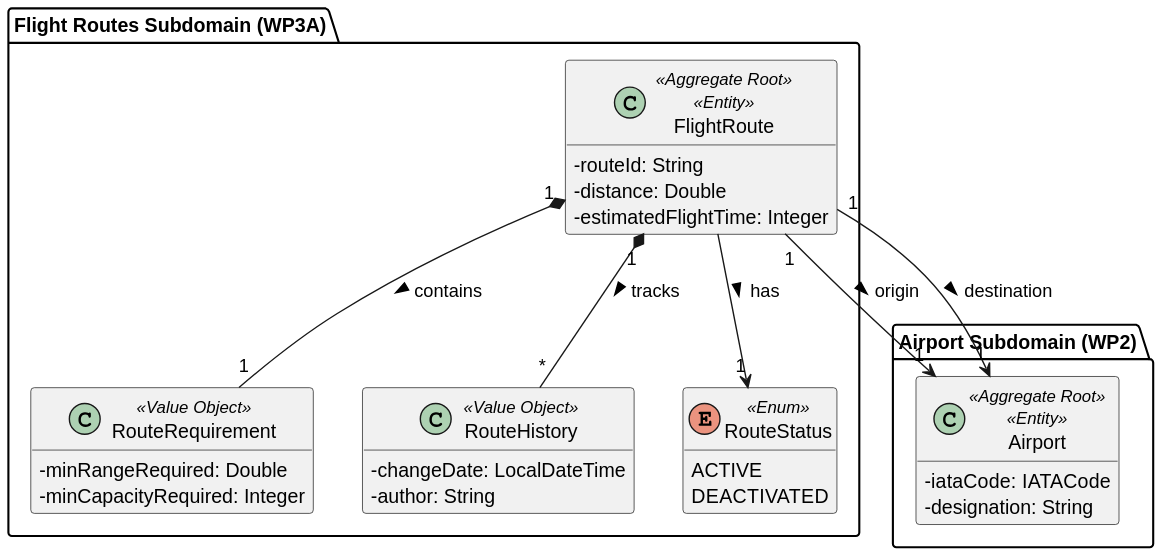
Before: docs/use-cases/WP#3A/svg/WP#3A-DM.svg, a diagram exported from PlantUML (Andre-1240567/psoft2026_2DB_1240567_1241013_1240624).
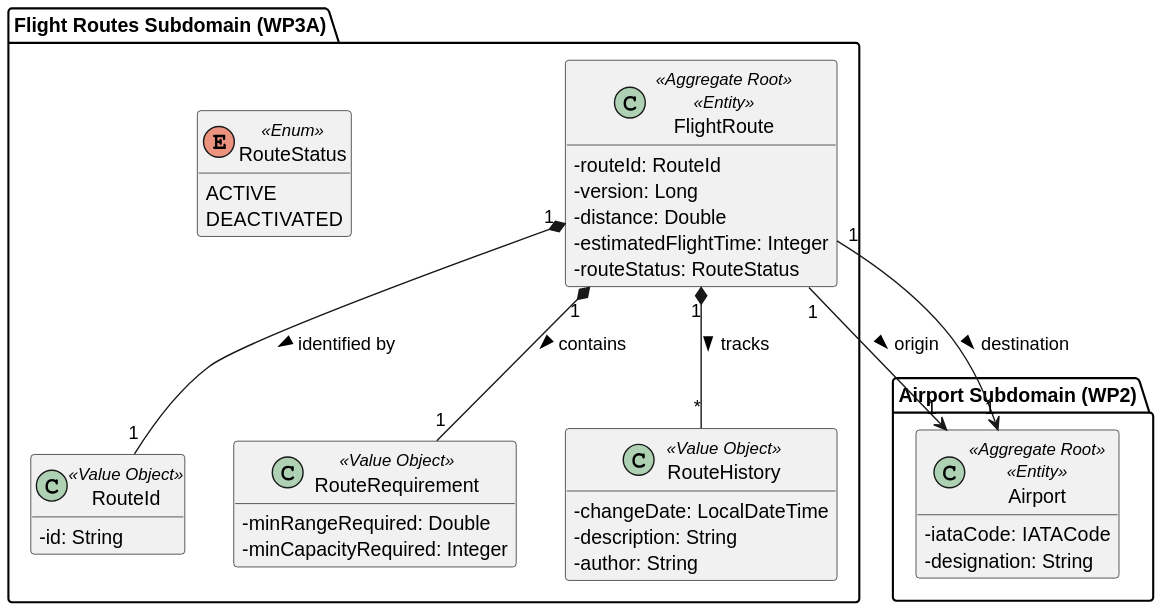
The same file after the commit.

Diff of the diagram source:
```diff
@@ -11,9 +11,15 @@
 
 package "Flight Routes Subdomain (WP3A)" {
     class FlightRoute <<Aggregate Root>> <<Entity>> {
-        - routeId: String
+        - routeId: RouteId
+        - version: Long
         - distance: Double
         - estimatedFlightTime: Integer
+        - routeStatus: RouteStatus
+    }
+
+    class RouteId <<Value Object>> {
+        - id: String
     }
 
     class RouteRequirement <<Value Object>> {
@@ -23,6 +29,7 @@
 
     class RouteHistory <<Value Object>> {
         - changeDate: LocalDateTime
+        - description: String
         - author: String
     }
 
@@ -34,7 +41,7 @@
 
 FlightRoute "1" --> "1" Airport : origin >
 FlightRoute "1" --> "1" Airport : destination >
+FlightRoute "1" *-- "1" RouteId : identified by >
 FlightRoute "1" *-- "1" RouteRequirement : contains >
 FlightRoute "1" *-- "*" RouteHistory : tracks >
-FlightRoute --> "1" RouteStatus : has >
 @enduml
```
